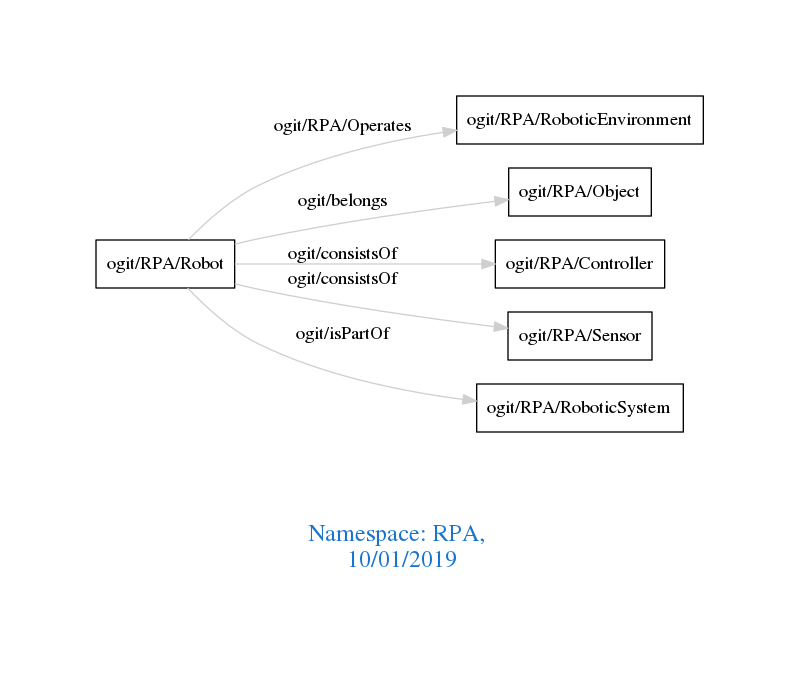
This is downloads/RPA.png from arago/OGIT, a Graphviz export, as it was before one commit. Its source is kept beside it as downloads/RPA.dot.
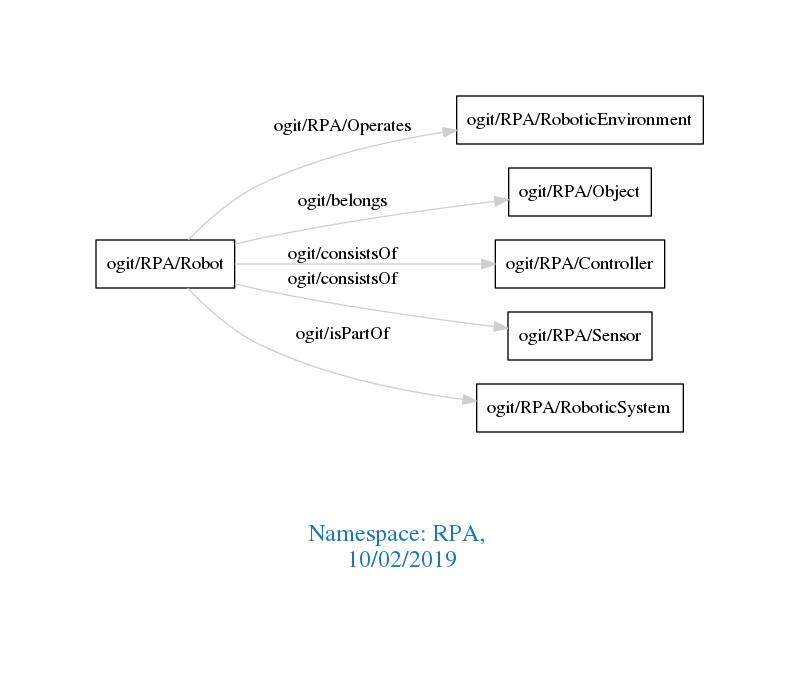
After the commit.

Change to the diagram source:
```diff
@@ -1,7 +1,7 @@
 digraph OGIT_ontology {
  graph [ rankdir= LR,pad=1
 fontsize = 18,
-fontcolor= dodgerblue3,label = "\n\n\nNamespace: RPA, \n 10/01/2019"];
+fontcolor= dodgerblue3,label = "\n\n\nNamespace: RPA, \n 10/02/2019"];
 node[shape=polygon];
 edge [  color="gray81"];
 
```
